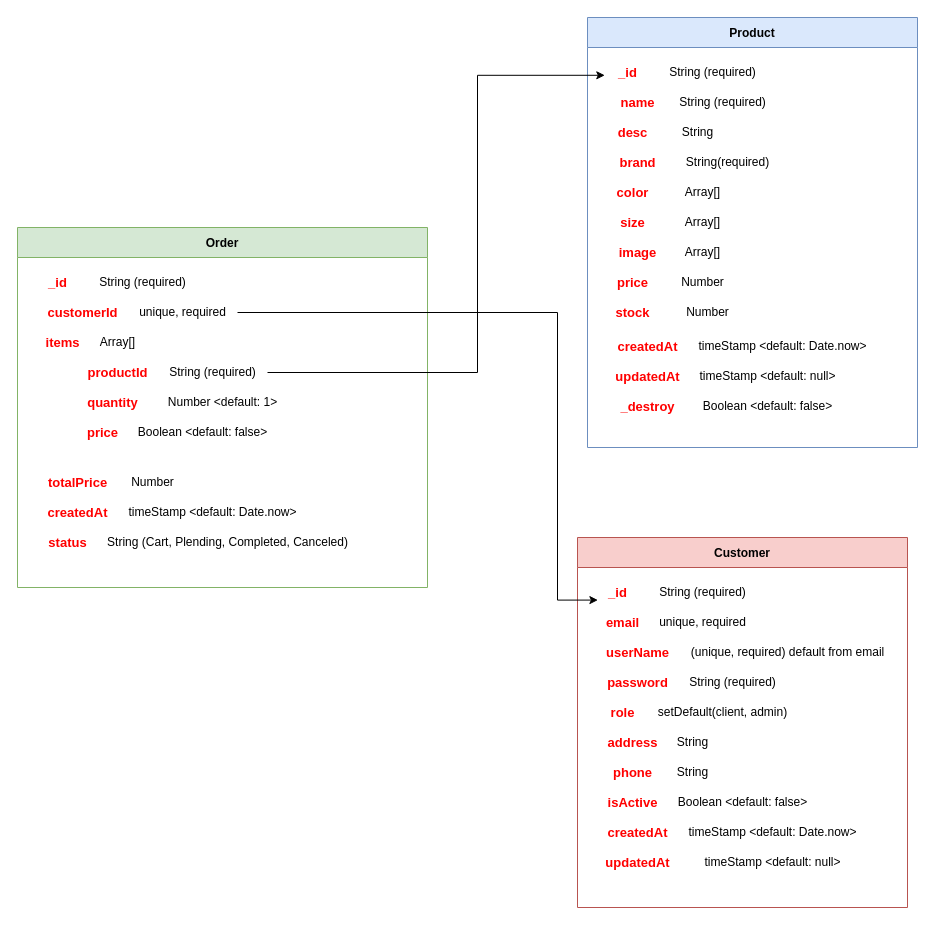
The draw.io diagram page "Trang-2" (2 of 2) of Biểu đồ không có tiêu đề.drawio in GiaDuccc/shop-api, before the edit. Source tidied: cells renumbered, new cells numbered last; positions are measured from the earlier drawing's top-left corner, leaving out a move shared by most shapes. Both pictures are drawn from the tidied source at 100%, with x=0, y=0 at pixel (17, 17).
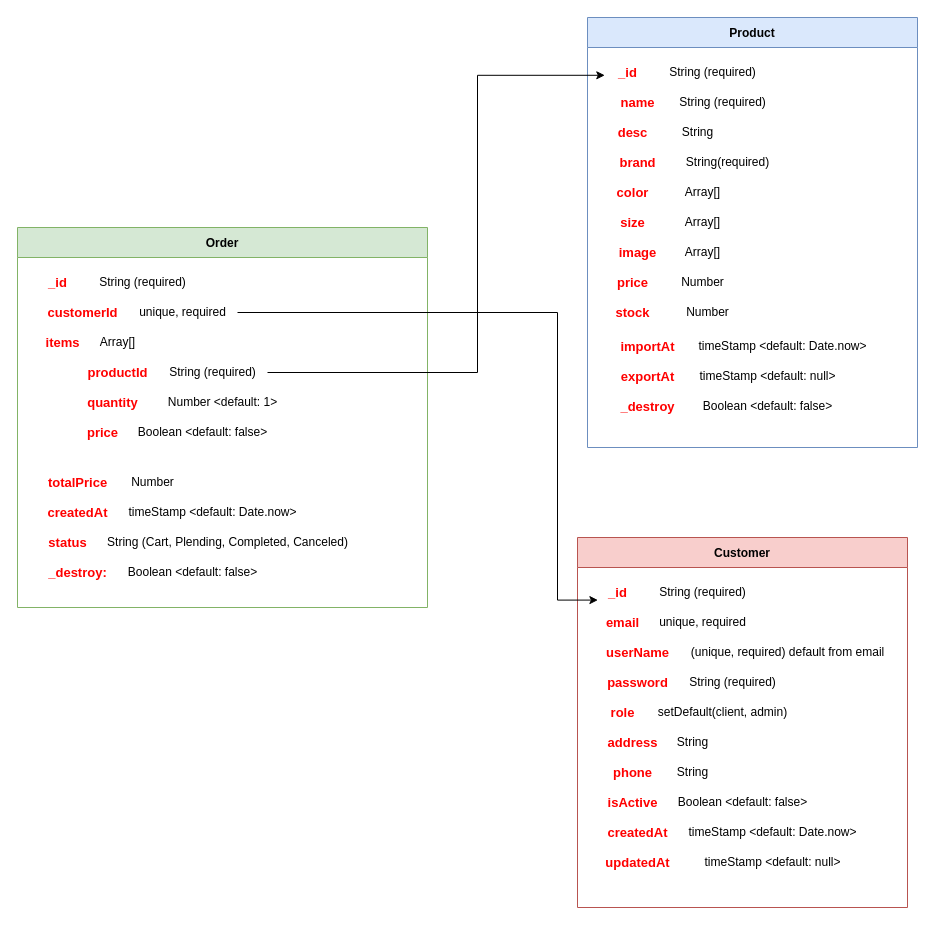
After the change.

Commit message:
Cập nhật Biểu đồ không có tiêu đề.drawio

Unchanged cells that the change refers to:
```xml
<mxCell id="23" value="Product" style="swimlane;startSize=30;fillColor=#dae8fc;strokeColor=#6c8ebf;" parent="1" vertex="1">
  <mxGeometry x="570" width="330" height="430" as="geometry" />
</mxCell>
```

Diff of the diagram source:
```diff
@@
-    <mxCell id="38" value="createdAt" style="text;html=1;align=center;verticalAlign=middle;strokeColor=none;fillColor=default;fontStyle=1;labelBorderColor=none;labelBackgroundColor=none;fontColor=light-dark(#ff0000, #ededed);fontSize=13;" parent="23" vertex="1">
-      <mxGeometry x="20" y="313.5" width="80" height="30" as="geometry" />
+    <mxCell id="38" value="importAt" style="text;html=1;align=center;verticalAlign=middle;strokeColor=none;fillColor=default;fontStyle=1;labelBorderColor=none;labelBackgroundColor=none;fontColor=light-dark(#ff0000, #ededed);fontSize=13;" parent="23" vertex="1">
+      <mxGeometry x="25" y="313.5" width="70" height="30" as="geometry" />
     </mxCell>
@@
-    <mxCell id="40" value="updatedAt" style="text;html=1;align=center;verticalAlign=middle;strokeColor=none;fillColor=default;fontStyle=1;labelBorderColor=none;labelBackgroundColor=none;fontColor=light-dark(#ff0000, #ededed);fontSize=13;" parent="23" vertex="1">
-      <mxGeometry x="20" y="344" width="80" height="30" as="geometry" />
+    <mxCell id="40" value="exportAt" style="text;html=1;align=center;verticalAlign=middle;strokeColor=none;fillColor=default;fontStyle=1;labelBorderColor=none;labelBackgroundColor=none;fontColor=light-dark(#ff0000, #ededed);fontSize=13;" parent="23" vertex="1">
+      <mxGeometry x="25" y="344" width="70" height="30" as="geometry" />
     </mxCell>
@@
     <mxCell id="48" value="Order" style="swimlane;startSize=30;fillColor=#d5e8d4;strokeColor=#82b366;" parent="1" vertex="1">
-      <mxGeometry y="210" width="410" height="360" as="geometry" />
+      <mxGeometry y="210" width="410" height="380" as="geometry" />
     </mxCell>
@@
+    <mxCell id="69" value="_destroy:" style="text;html=1;align=center;verticalAlign=middle;strokeColor=none;fillColor=default;fontStyle=1;labelBorderColor=none;labelBackgroundColor=none;fontColor=light-dark(#ff0000, #ededed);fontSize=13;" parent="48" vertex="1">
+      <mxGeometry x="20" y="330" width="80" height="30" as="geometry" />
+    </mxCell>
+    <mxCell id="70" value="Boolean &amp;lt;default: false&amp;gt;" style="text;html=1;align=center;verticalAlign=middle;strokeColor=none;fillColor=none;" parent="48" vertex="1">
+      <mxGeometry x="100" y="330" width="150" height="30" as="geometry" />
+    </mxCell>
```
